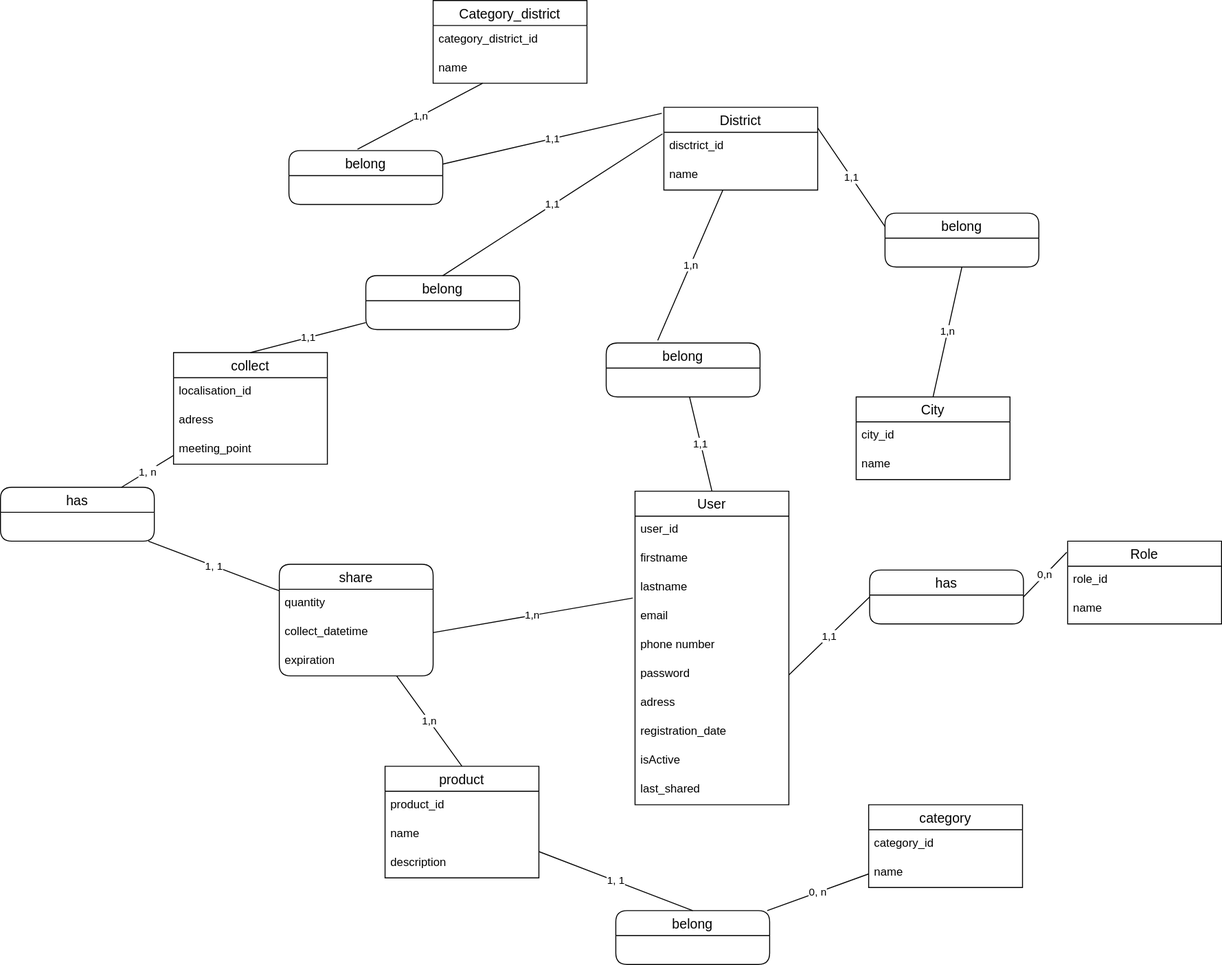
Above: code/server/Merise_VAG/MCD/vag.drawio.svg in Mandine42/vag (draw.io), before the change. Source tidied: cells renumbered, new cells last; positions are measured from the earlier drawing's top-left corner, leaving out a move shared by most shapes.
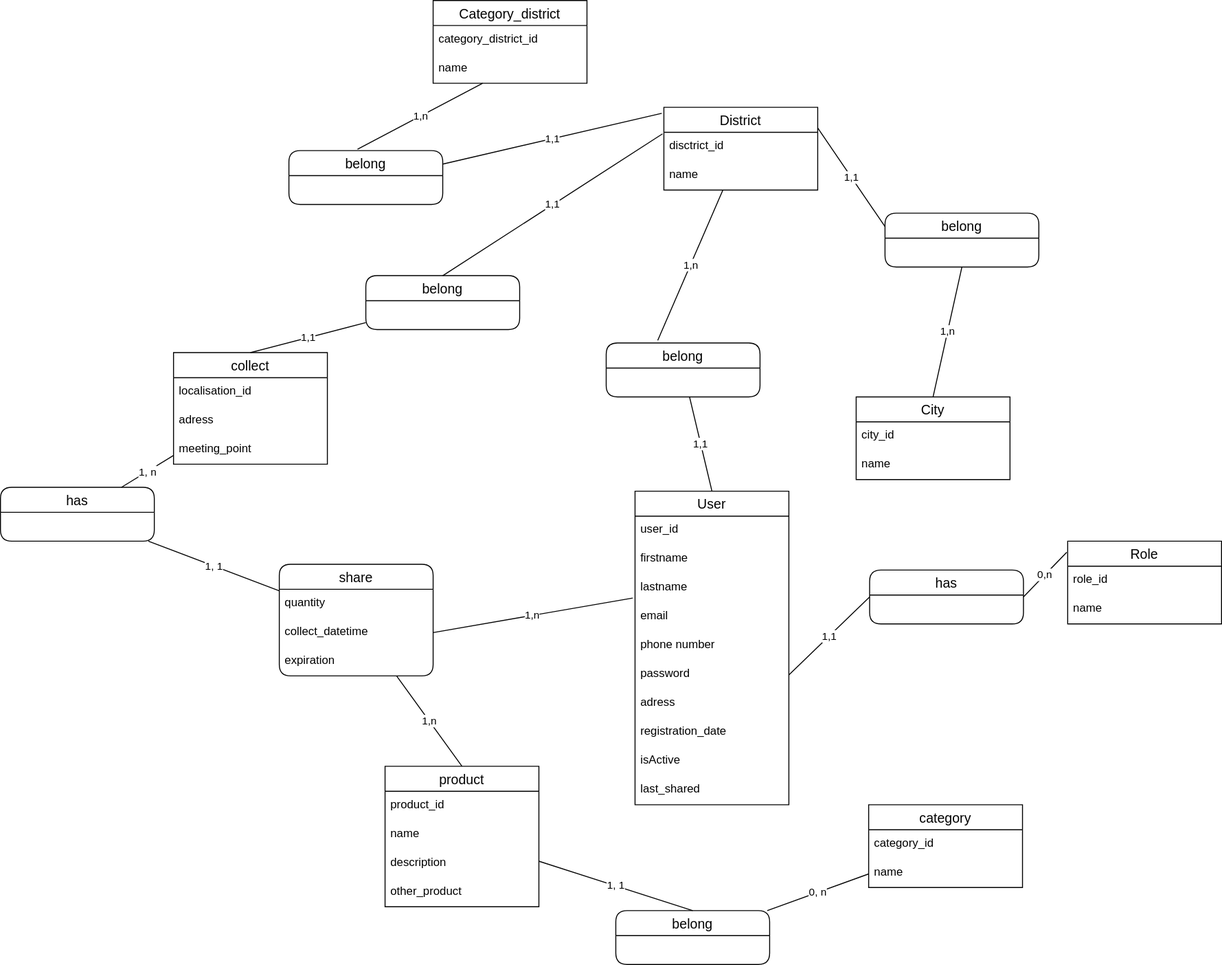
Later version of the same file.

What changed in the source:
```diff
@@ -36,7 +36,7 @@
       <mxGeometry y="296" width="160" height="30" as="geometry" />
     </mxCell>
     <mxCell id="13" value="product" style="swimlane;fontStyle=0;horizontal=1;startSize=26;align=center;fontSize=14;" parent="1" vertex="1">
-      <mxGeometry x="400" y="796" width="160" height="116" as="geometry" />
+      <mxGeometry x="400" y="796" width="160" height="146" as="geometry" />
     </mxCell>
     <mxCell id="14" value="product_id" style="text;strokeColor=none;fillColor=none;spacingLeft=4;spacingRight=4;overflow=hidden;fontSize=12;" parent="13" vertex="1">
       <mxGeometry y="26" width="160" height="30" as="geometry" />
@@ -47,6 +47,9 @@
     <mxCell id="16" value="description" style="text;strokeColor=none;fillColor=none;spacingLeft=4;spacingRight=4;overflow=hidden;fontSize=12;" parent="13" vertex="1">
       <mxGeometry y="86" width="160" height="30" as="geometry" />
     </mxCell>
+    <mxCell id="63" value="other_product" style="text;strokeColor=none;fillColor=none;spacingLeft=4;spacingRight=4;overflow=hidden;fontSize=12;" parent="13" vertex="1">
+      <mxGeometry y="116" width="160" height="30" as="geometry" />
+    </mxCell>
     <mxCell id="17" value="share" style="swimlane;fontStyle=0;horizontal=1;startSize=26;align=center;fontSize=14;rounded=1;" parent="1" vertex="1">
       <mxGeometry x="290" y="586" width="160" height="116" as="geometry" />
     </mxCell>
```
